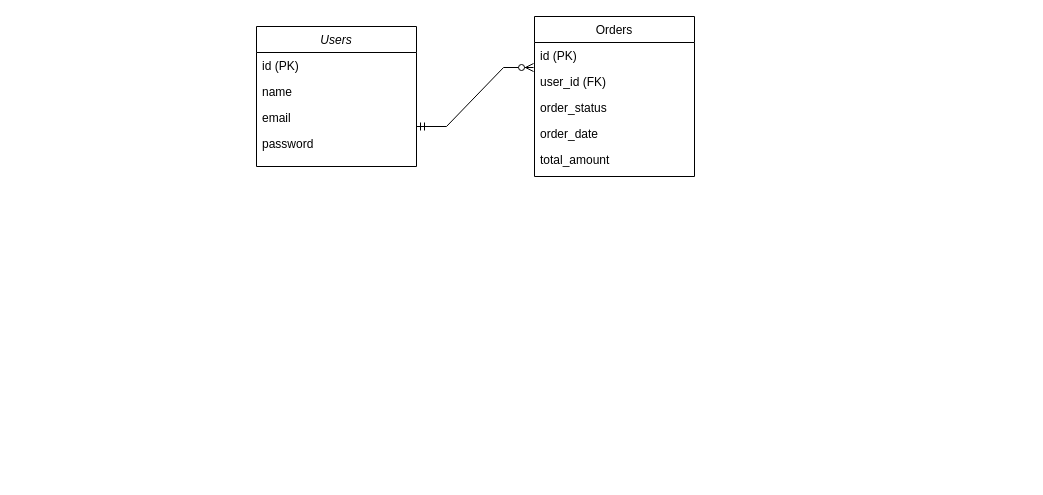
Above: daeseda.drawio in zkvn99/daeseda-renewal (draw.io), before the change. Source tidied: cells renumbered, new cells numbered last; positions are measured from the earlier drawing's top-left corner, leaving out a move shared by most shapes. Both pictures are drawn from the tidied source at 100%, with x=0, y=0 at pixel (256, 16).
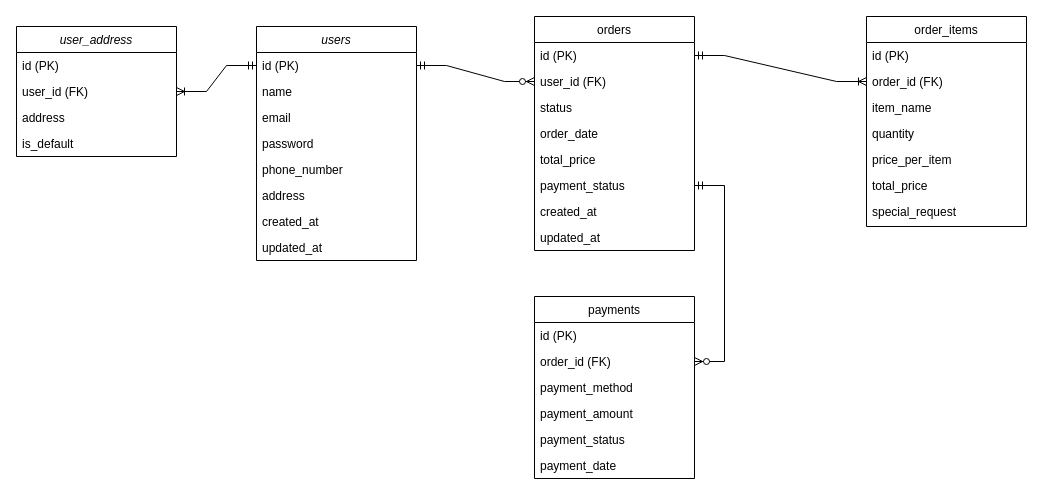
The same page after the edit.

Unchanged cells that the change refers to:
```xml
<mxCell id="3" value="id (PK)" style="text;align=left;verticalAlign=top;spacingLeft=4;spacingRight=4;overflow=hidden;points=[[0,0.5],[1,0.5]];portConstraint=eastwest;" parent="2" vertex="1">
  <mxGeometry y="26" width="160" height="26" as="geometry" />
</mxCell>
<mxCell id="8" value="id (PK)" style="text;align=left;verticalAlign=top;spacingLeft=4;spacingRight=4;overflow=hidden;points=[[0,0.5],[1,0.5]];portConstraint=eastwest;" parent="7" vertex="1">
  <mxGeometry y="26" width="160" height="26" as="geometry" />
</mxCell>
<mxCell id="9" value="user_id (FK)" style="text;align=left;verticalAlign=top;spacingLeft=4;spacingRight=4;overflow=hidden;points=[[0,0.5],[1,0.5]];portConstraint=eastwest;rounded=0;shadow=0;html=0;" parent="7" vertex="1">
  <mxGeometry y="52" width="160" height="26" as="geometry" />
</mxCell>
```

What changed in the source:
```diff
@@
-    <mxCell id="2" value="Users" style="swimlane;fontStyle=2;align=center;verticalAlign=top;horizontal=1;startSize=26;rounded=0;shadow=0;strokeWidth=1;" parent="1" vertex="1">
-      <mxGeometry y="10" width="160" height="140" as="geometry" />
+    <mxCell id="2" value="users" style="swimlane;fontStyle=2;align=center;verticalAlign=top;horizontal=1;startSize=26;rounded=0;shadow=0;strokeWidth=1;" parent="1" vertex="1">
+      <mxGeometry y="10" width="160" height="234" as="geometry" />
     </mxCell>
@@
+    <mxCell id="14" value="phone_number" style="text;align=left;verticalAlign=top;spacingLeft=4;spacingRight=4;overflow=hidden;rounded=0;shadow=0;html=0;" parent="2" vertex="1">
+      <mxGeometry y="130" width="160" height="26" as="geometry" />
+    </mxCell>
+    <mxCell id="15" value="address" style="text;align=left;verticalAlign=top;spacingLeft=4;spacingRight=4;overflow=hidden;rounded=0;shadow=0;html=0;" parent="2" vertex="1">
+      <mxGeometry y="156" width="160" height="26" as="geometry" />
+    </mxCell>
+    <mxCell id="16" value="created_at" style="text;align=left;verticalAlign=top;spacingLeft=4;spacingRight=4;overflow=hidden;rounded=0;shadow=0;html=0;" parent="2" vertex="1">
+      <mxGeometry y="182" width="160" height="26" as="geometry" />
+    </mxCell>
+    <mxCell id="17" value="updated_at" style="text;align=left;verticalAlign=top;spacingLeft=4;spacingRight=4;overflow=hidden;rounded=0;shadow=0;html=0;" parent="2" vertex="1">
+      <mxGeometry y="208" width="160" height="26" as="geometry" />
+    </mxCell>
-    <mxCell id="7" value="Orders" style="swimlane;fontStyle=0;align=center;verticalAlign=top;horizontal=1;startSize=26;rounded=0;shadow=0;strokeWidth=1;" parent="1" vertex="1">
-      <mxGeometry x="278" width="160" height="160" as="geometry" />
+    <mxCell id="7" value="orders" style="swimlane;fontStyle=0;align=center;verticalAlign=top;horizontal=1;startSize=26;rounded=0;shadow=0;strokeWidth=1;" parent="1" vertex="1">
+      <mxGeometry x="278" width="160" height="234" as="geometry" />
     </mxCell>
@@
-    <mxCell id="10" value="order_status" style="text;align=left;verticalAlign=top;spacingLeft=4;spacingRight=4;overflow=hidden;rounded=0;shadow=0;html=0;" parent="7" vertex="1">
+    <mxCell id="10" value="status" style="text;align=left;verticalAlign=top;spacingLeft=4;spacingRight=4;overflow=hidden;rounded=0;shadow=0;html=0;" parent="7" vertex="1">
       <mxGeometry y="78" width="160" height="26" as="geometry" />
     </mxCell>
@@
-    <mxCell id="12" value="total_amount" style="text;align=left;verticalAlign=top;spacingLeft=4;spacingRight=4;overflow=hidden;rounded=0;shadow=0;html=0;" parent="7" vertex="1">
+    <mxCell id="12" value="total_price" style="text;align=left;verticalAlign=top;spacingLeft=4;spacingRight=4;overflow=hidden;rounded=0;shadow=0;html=0;" parent="7" vertex="1">
       <mxGeometry y="130" width="160" height="26" as="geometry" />
     </mxCell>
+    <mxCell id="18" value="payment_status" style="text;align=left;verticalAlign=top;spacingLeft=4;spacingRight=4;overflow=hidden;points=[[0,0.5],[1,0.5]];portConstraint=eastwest;rounded=0;shadow=0;html=0;" parent="7" vertex="1">
+      <mxGeometry y="156" width="160" height="26" as="geometry" />
+    </mxCell>
+    <mxCell id="19" value="created_at" style="text;align=left;verticalAlign=top;spacingLeft=4;spacingRight=4;overflow=hidden;rounded=0;shadow=0;html=0;" parent="7" vertex="1">
+      <mxGeometry y="182" width="160" height="26" as="geometry" />
+    </mxCell>
+    <mxCell id="20" value="updated_at" style="text;align=left;verticalAlign=top;spacingLeft=4;spacingRight=4;overflow=hidden;rounded=0;shadow=0;html=0;" parent="7" vertex="1">
+      <mxGeometry y="208" width="160" height="26" as="geometry" />
+    </mxCell>
-    <mxCell id="13" style="edgeStyle=entityRelationEdgeStyle;fontSize=12;html=1;endArrow=ERzeroToMany;startArrow=ERmandOne;rounded=0;entryX=-0.006;entryY=-0.038;entryDx=0;entryDy=0;entryPerimeter=0;" parent="1" edge="1" target="9">
-      <mxGeometry relative="1" as="geometry">
-        <mxPoint x="160" y="110" as="sourcePoint" />
-      </mxGeometry>
+    <mxCell id="13" style="edgeStyle=entityRelationEdgeStyle;fontSize=12;html=1;endArrow=ERzeroToMany;startArrow=ERmandOne;rounded=0;entryX=0;entryY=0.5;entryDx=0;entryDy=0;exitX=1;exitY=0.5;exitDx=0;exitDy=0;" parent="1" edge="1" source="3" target="9">
+      <mxGeometry relative="1" as="geometry" />
     </mxCell>
+    <mxCell id="21" value="order_items" style="swimlane;fontStyle=0;align=center;verticalAlign=top;horizontal=1;startSize=26;rounded=0;shadow=0;strokeWidth=1;" parent="1" vertex="1">
+      <mxGeometry x="610" width="160" height="210" as="geometry" />
+    </mxCell>
+    <mxCell id="22" value="id (PK)" style="text;align=left;verticalAlign=top;spacingLeft=4;spacingRight=4;overflow=hidden;" parent="21" vertex="1">
+      <mxGeometry y="26" width="160" height="26" as="geometry" />
+    </mxCell>
+    <mxCell id="23" value="order_id (FK)" style="text;align=left;verticalAlign=top;spacingLeft=4;spacingRight=4;overflow=hidden;points=[[0,0.5],[1,0.5]];portConstraint=eastwest;rounded=0;shadow=0;html=0;" parent="21" vertex="1">
+      <mxGeometry y="52" width="160" height="26" as="geometry" />
+    </mxCell>
+    <mxCell id="24" value="item_name" style="text;align=left;verticalAlign=top;spacingLeft=4;spacingRight=4;overflow=hidden;rounded=0;shadow=0;html=0;" parent="21" vertex="1">
+      <mxGeometry y="78" width="160" height="26" as="geometry" />
+    </mxCell>
+    <mxCell id="25" value="quantity" style="text;align=left;verticalAlign=top;spacingLeft=4;spacingRight=4;overflow=hidden;rounded=0;shadow=0;html=0;" parent="21" vertex="1">
+      <mxGeometry y="104" width="160" height="26" as="geometry" />
+    </mxCell>
+    <mxCell id="26" value="price_per_item" style="text;align=left;verticalAlign=top;spacingLeft=4;spacingRight=4;overflow=hidden;rounded=0;shadow=0;html=0;" parent="21" vertex="1">
+      <mxGeometry y="130" width="160" height="26" as="geometry" />
+    </mxCell>
+    <mxCell id="27" value="total_price" style="text;align=left;verticalAlign=top;spacingLeft=4;spacingRight=4;overflow=hidden;rounded=0;shadow=0;html=0;" parent="21" vertex="1">
+      <mxGeometry y="156" width="160" height="26" as="geometry" />
+    </mxCell>
+    <mxCell id="28" value="special_request" style="text;align=left;verticalAlign=top;spacingLeft=4;spacingRight=4;overflow=hidden;rounded=0;shadow=0;html=0;" parent="21" vertex="1">
+      <mxGeometry y="182" width="160" height="26" as="geometry" />
+    </mxCell>
+    <mxCell id="29" value="payments" style="swimlane;fontStyle=0;align=center;verticalAlign=top;horizontal=1;startSize=26;rounded=0;shadow=0;strokeWidth=1;" parent="1" vertex="1">
+      <mxGeometry x="278" y="280" width="160" height="182" as="geometry" />
+    </mxCell>
+    <mxCell id="30" value="id (PK)" style="text;align=left;verticalAlign=top;spacingLeft=4;spacingRight=4;overflow=hidden;" parent="29" vertex="1">
+      <mxGeometry y="26" width="160" height="26" as="geometry" />
+    </mxCell>
+    <mxCell id="31" value="order_id (FK)" style="text;align=left;verticalAlign=top;spacingLeft=4;spacingRight=4;overflow=hidden;points=[[0,0.5],[1,0.5]];portConstraint=eastwest;rounded=0;shadow=0;html=0;" parent="29" vertex="1">
+      <mxGeometry y="52" width="160" height="26" as="geometry" />
+    </mxCell>
+    <mxCell id="32" value="payment_method" style="text;align=left;verticalAlign=top;spacingLeft=4;spacingRight=4;overflow=hidden;rounded=0;shadow=0;html=0;" parent="29" vertex="1">
+      <mxGeometry y="78" width="160" height="26" as="geometry" />
+    </mxCell>
+    <mxCell id="33" value="payment_amount" style="text;align=left;verticalAlign=top;spacingLeft=4;spacingRight=4;overflow=hidden;rounded=0;shadow=0;html=0;" parent="29" vertex="1">
+      <mxGeometry y="104" width="160" height="26" as="geometry" />
+    </mxCell>
+    <mxCell id="34" value="payment_status" style="text;align=left;verticalAlign=top;spacingLeft=4;spacingRight=4;overflow=hidden;rounded=0;shadow=0;html=0;" parent="29" vertex="1">
+      <mxGeometry y="130" width="160" height="26" as="geometry" />
+    </mxCell>
+    <mxCell id="35" value="payment_date" style="text;align=left;verticalAlign=top;spacingLeft=4;spacingRight=4;overflow=hidden;rounded=0;shadow=0;html=0;" parent="29" vertex="1">
+      <mxGeometry y="156" width="160" height="26" as="geometry" />
+    </mxCell>
+    <mxCell id="36" style="edgeStyle=entityRelationEdgeStyle;fontSize=12;html=1;endArrow=ERoneToMany;startArrow=ERmandOne;rounded=0;entryX=0;entryY=0.5;entryDx=0;entryDy=0;" parent="1" edge="1" source="8" target="23">
+      <mxGeometry relative="1" as="geometry">
+        <Array as="points">
+          <mxPoint x="450" y="70" />
+          <mxPoint x="468" y="65" />
+          <mxPoint x="460" y="65" />
+        </Array>
+      </mxGeometry>
+    </mxCell>
+    <mxCell id="37" style="edgeStyle=entityRelationEdgeStyle;fontSize=12;html=1;endArrow=ERzeroToMany;startArrow=ERmandOne;rounded=0;exitX=1;exitY=0.5;exitDx=0;exitDy=0;" parent="1" edge="1" source="18" target="31">
+      <mxGeometry relative="1" as="geometry" />
+    </mxCell>
+    <mxCell id="38" value="user_address" style="swimlane;fontStyle=2;align=center;verticalAlign=top;horizontal=1;startSize=26;rounded=0;shadow=0;strokeWidth=1;" parent="1" vertex="1">
+      <mxGeometry x="-240" y="10" width="160" height="130" as="geometry" />
+    </mxCell>
+    <mxCell id="39" value="id (PK)" style="text;align=left;verticalAlign=top;spacingLeft=4;spacingRight=4;overflow=hidden;" parent="38" vertex="1">
+      <mxGeometry y="26" width="160" height="26" as="geometry" />
+    </mxCell>
+    <mxCell id="40" value="user_id (FK)" style="text;align=left;verticalAlign=top;spacingLeft=4;spacingRight=4;overflow=hidden;points=[[0,0.5],[1,0.5]];portConstraint=eastwest;rounded=0;shadow=0;html=0;" parent="38" vertex="1">
+      <mxGeometry y="52" width="160" height="26" as="geometry" />
+    </mxCell>
+    <mxCell id="41" value="address" style="text;align=left;verticalAlign=top;spacingLeft=4;spacingRight=4;overflow=hidden;rounded=0;shadow=0;html=0;" parent="38" vertex="1">
+      <mxGeometry y="78" width="160" height="26" as="geometry" />
+    </mxCell>
+    <mxCell id="42" value="is_default" style="text;align=left;verticalAlign=top;spacingLeft=4;spacingRight=4;overflow=hidden;rounded=0;shadow=0;html=0;" parent="38" vertex="1">
+      <mxGeometry y="104" width="160" height="26" as="geometry" />
+    </mxCell>
+    <mxCell id="43" style="edgeStyle=entityRelationEdgeStyle;fontSize=12;html=1;endArrow=ERoneToMany;startArrow=ERmandOne;rounded=0;entryX=1;entryY=0.5;entryDx=0;entryDy=0;exitX=0;exitY=0.5;exitDx=0;exitDy=0;" parent="1" edge="1" source="3" target="40">
+      <mxGeometry relative="1" as="geometry" />
+    </mxCell>
```
